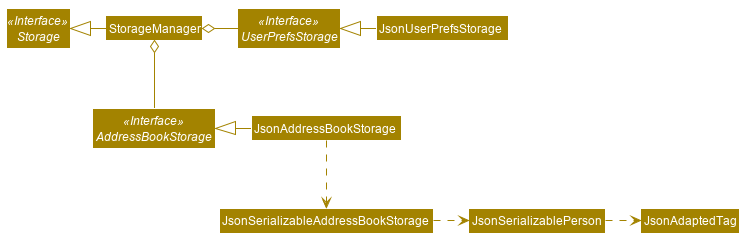
Above: docs/images/StorageClassDiagram.png in se-edu/addressbook-level4 (PlantUML), before the change. Its source is kept beside it as docs/diagrams/StorageClassDiagram.puml. The source it was exported from:
```plantuml
@startuml
!include style.puml

skinparam arrowColor STORAGE_COLOR
skinparam classBackgroundColor STORAGE_COLOR

Interface Storage <<Interface>>
Interface UserPrefsStorage <<Interface>>
Interface AddressBookStorage <<Interface>>


Class StorageManager
Class JsonUserPrefsStorage
Class JsonAddressBookStorage



StorageManager -left-|> Storage
UserPrefsStorage -right-o StorageManager
AddressBookStorage -down-o StorageManager

JsonUserPrefsStorage -left-|> UserPrefsStorage
JsonAddressBookStorage -left-|> AddressBookStorage
JsonAddressBookStorage .down.> JsonSerializableAddressBookStorage
JsonSerializableAddressBookStorage .right.> JsonSerializablePerson
JsonSerializablePerson .right.> JsonAdaptedTag
@enduml
```
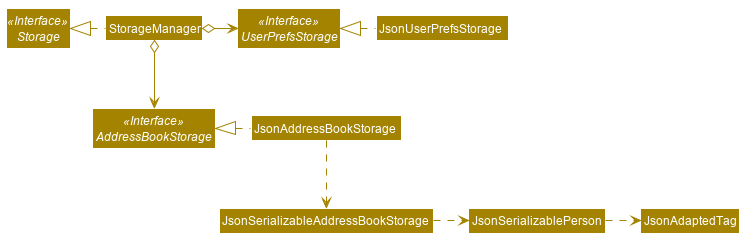
The same diagram one commit later.

What changed in the source:
```diff
@@ -15,12 +15,12 @@
 
 
 
-StorageManager -left-|> Storage
-UserPrefsStorage -right-o StorageManager
-AddressBookStorage -down-o StorageManager
+StorageManager .left.|> Storage
+StorageManager o-right-> UserPrefsStorage
+StorageManager o--> AddressBookStorage
 
-JsonUserPrefsStorage -left-|> UserPrefsStorage
-JsonAddressBookStorage -left-|> AddressBookStorage
+JsonUserPrefsStorage .left.|> UserPrefsStorage
+JsonAddressBookStorage .left.|> AddressBookStorage
 JsonAddressBookStorage .down.> JsonSerializableAddressBookStorage
 JsonSerializableAddressBookStorage .right.> JsonSerializablePerson
 JsonSerializablePerson .right.> JsonAdaptedTag
```
